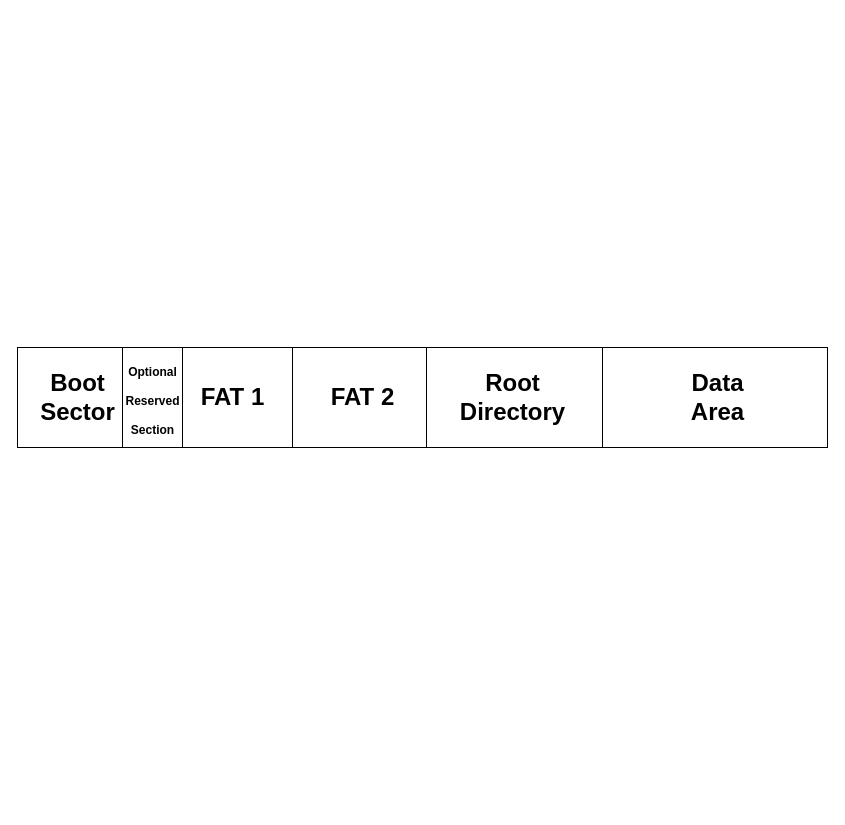
The draw.io diagram FAT_NTFS_File_Structure.drawio in jxcarlat/NTFS_FAT_File_Structure, before the edit. Source tidied: cells renumbered, new cells numbered last; positions are measured from the earlier drawing's top-left corner, leaving out a move shared by most shapes. Both pictures are drawn from the tidied source at 100%, with x=0, y=0 at pixel (17, 347).
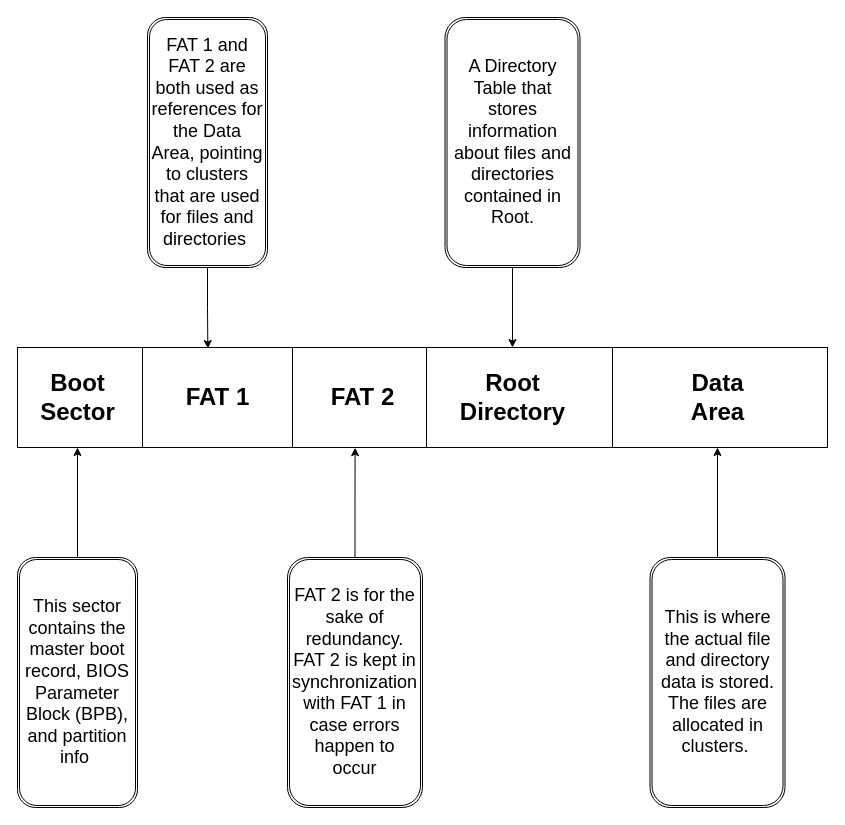
The same diagram, later.

The change refers to these unchanged cells:
```xml
<mxCell id="4" value="Boot&lt;br&gt;Sector" style="text;strokeColor=none;fillColor=none;html=1;fontSize=24;fontStyle=1;verticalAlign=middle;align=center;" parent="1" vertex="1">
  <mxGeometry x="10" width="100" height="100" as="geometry" />
</mxCell>
<mxCell id="9" value="FAT 2" style="text;strokeColor=none;fillColor=none;html=1;fontSize=24;fontStyle=1;verticalAlign=middle;align=center;" parent="1" vertex="1">
  <mxGeometry x="280" width="130" height="100" as="geometry" />
</mxCell>
<mxCell id="12" value="Root&lt;br&gt;Directory" style="text;strokeColor=none;fillColor=none;html=1;fontSize=24;fontStyle=1;verticalAlign=middle;align=center;" parent="1" vertex="1">
  <mxGeometry x="410" width="170" height="100" as="geometry" />
</mxCell>
<mxCell id="13" value="Data&lt;br&gt;Area" style="text;strokeColor=none;fillColor=none;html=1;fontSize=24;fontStyle=1;verticalAlign=middle;align=center;" parent="1" vertex="1">
  <mxGeometry x="590" width="220" height="100" as="geometry" />
</mxCell>
```

Change to the diagram source:
```diff
@@
-    <mxCell id="3" style="line;strokeWidth=1;direction=south;html=1;" parent="1" vertex="1">
-      <mxGeometry x="160" width="10" height="100" as="geometry" />
-    </mxCell>
@@
     <mxCell id="6" style="line;strokeWidth=1;direction=south;html=1;" parent="1" vertex="1">
-      <mxGeometry x="580" width="10" height="100" as="geometry" />
+      <mxGeometry x="590" width="10" height="100" as="geometry" />
     </mxCell>
@@
     <mxCell id="8" value="FAT 1" style="text;strokeColor=none;fillColor=none;html=1;fontSize=24;fontStyle=1;verticalAlign=middle;align=center;" parent="1" vertex="1">
-      <mxGeometry x="160" width="110" height="100" as="geometry" />
+      <mxGeometry x="130" width="140" height="100" as="geometry" />
     </mxCell>
@@
     <mxCell id="10" style="line;strokeWidth=1;direction=south;html=1;" parent="1" vertex="1">
-      <mxGeometry x="100" width="10" height="100" as="geometry" />
+      <mxGeometry x="120" width="10" height="100" as="geometry" />
     </mxCell>
-    <mxCell id="11" value="&lt;span style=&quot;font-size: 12px&quot;&gt;Optional&lt;br&gt;Reserved&lt;br&gt;Section&lt;br&gt;&lt;/span&gt;" style="text;strokeColor=none;fillColor=none;html=1;fontSize=24;fontStyle=1;verticalAlign=middle;align=center;" parent="1" vertex="1">
-      <mxGeometry x="100" width="70" height="100" as="geometry" />
-    </mxCell>
@@
+    <mxCell id="14" style="edgeStyle=orthogonalEdgeStyle;rounded=0;jettySize=auto;html=1;entryX=0.5;entryY=1;entryDx=0;entryDy=0;" parent="1" edge="1" source="15" target="4">
+      <mxGeometry relative="1" as="geometry" />
+    </mxCell>
+    <mxCell id="15" value="&lt;font style=&quot;font-size: 18px&quot;&gt;This sector contains the master boot record, BIOS Parameter Block (BPB), and partition info&amp;nbsp;&lt;/font&gt;" style="shape=ext;double=1;rounded=1;whiteSpace=wrap;html=1;strokeWidth=1;" parent="1" vertex="1">
+      <mxGeometry y="210" width="120" height="250" as="geometry" />
+    </mxCell>
+    <mxCell id="16" style="edgeStyle=orthogonalEdgeStyle;rounded=0;jettySize=auto;html=1;entryX=0.431;entryY=0.01;entryDx=0;entryDy=0;entryPerimeter=0;" parent="1" edge="1" source="17" target="8">
+      <mxGeometry relative="1" as="geometry" />
+    </mxCell>
+    <mxCell id="17" value="&lt;font style=&quot;font-size: 18px&quot;&gt;FAT 1 and FAT 2 are both used as references for the Data Area, pointing to clusters that are used for files and directories&amp;nbsp;&lt;/font&gt;" style="shape=ext;double=1;rounded=1;whiteSpace=wrap;html=1;strokeWidth=1;" parent="1" vertex="1">
+      <mxGeometry x="130" y="-330" width="120" height="250" as="geometry" />
+    </mxCell>
+    <mxCell id="18" style="edgeStyle=orthogonalEdgeStyle;rounded=0;jettySize=auto;html=1;entryX=0.443;entryY=1.002;entryDx=0;entryDy=0;entryPerimeter=0;" parent="1" edge="1" source="19" target="9">
+      <mxGeometry relative="1" as="geometry" />
+    </mxCell>
+    <mxCell id="19" value="&lt;span style=&quot;font-size: 18px&quot;&gt;FAT 2 is for the sake of redundancy. FAT 2 is kept in synchronization with FAT 1 in case errors happen to occur&lt;/span&gt;" style="shape=ext;double=1;rounded=1;whiteSpace=wrap;html=1;strokeWidth=1;" parent="1" vertex="1">
+      <mxGeometry x="270" y="210" width="135" height="250" as="geometry" />
+    </mxCell>
+    <mxCell id="20" style="edgeStyle=orthogonalEdgeStyle;rounded=0;jettySize=auto;html=1;entryX=0.5;entryY=0;entryDx=0;entryDy=0;" parent="1" edge="1" source="21" target="12">
+      <mxGeometry relative="1" as="geometry" />
+    </mxCell>
+    <mxCell id="21" value="&lt;span style=&quot;font-size: 18px&quot;&gt;A Directory Table that stores information about files and directories contained in Root.&lt;/span&gt;" style="shape=ext;double=1;rounded=1;whiteSpace=wrap;html=1;strokeWidth=1;" parent="1" vertex="1">
+      <mxGeometry x="427.5" y="-330" width="135" height="250" as="geometry" />
+    </mxCell>
+    <mxCell id="22" style="edgeStyle=orthogonalEdgeStyle;rounded=0;jettySize=auto;html=1;entryX=0.5;entryY=1;entryDx=0;entryDy=0;" parent="1" edge="1" source="23" target="13">
+      <mxGeometry relative="1" as="geometry" />
+    </mxCell>
+    <mxCell id="23" value="&lt;span style=&quot;font-size: 18px&quot;&gt;This is where the actual file and directory data is stored. The files are allocated in clusters.&amp;nbsp;&lt;/span&gt;" style="shape=ext;double=1;rounded=1;whiteSpace=wrap;html=1;strokeWidth=1;" parent="1" vertex="1">
+      <mxGeometry x="632.5" y="210" width="135" height="250" as="geometry" />
+    </mxCell>
```
